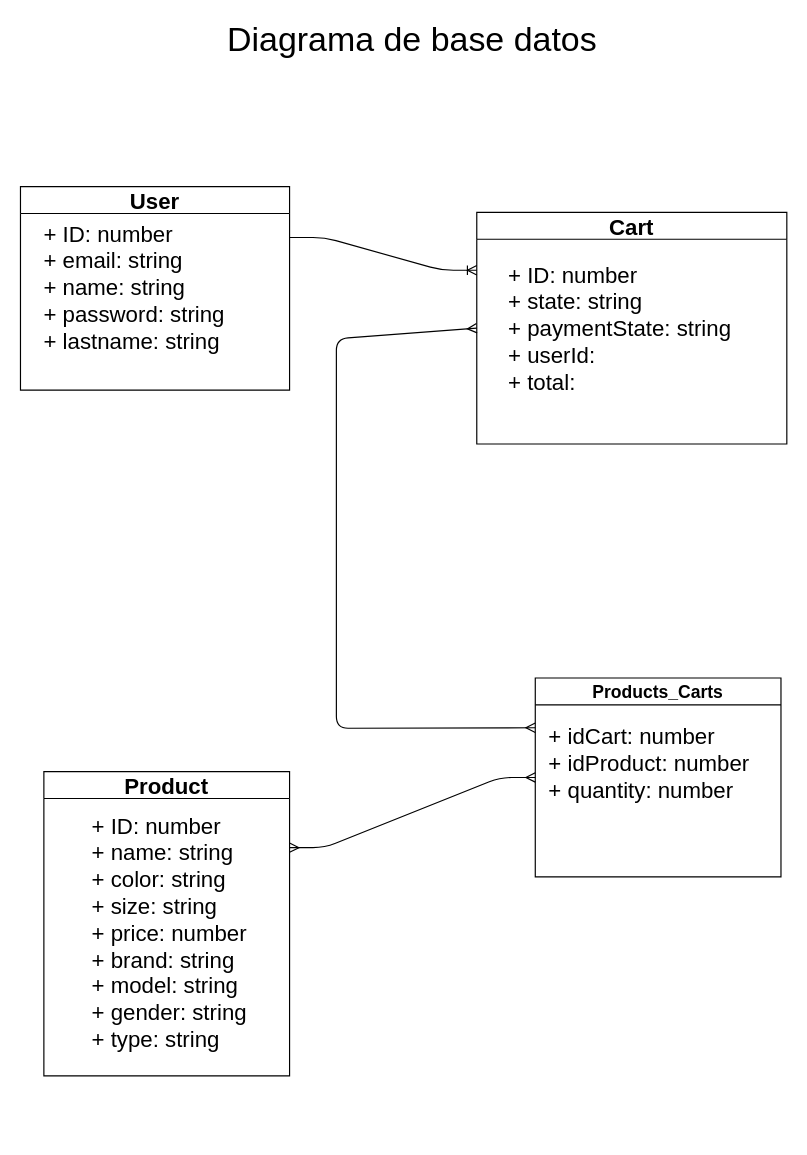
This is diagrams/db_diagram.drawio from IGUNUBLUE/tubeSoftChallenge, a draw.io file, before an edit. Source tidied: cells renumbered, new cells numbered last; positions are measured from the earlier drawing's top-left corner, leaving out a move shared by most shapes. Both pictures are drawn from the tidied source at 117%, with x=0, y=0 at pixel (20, 22).
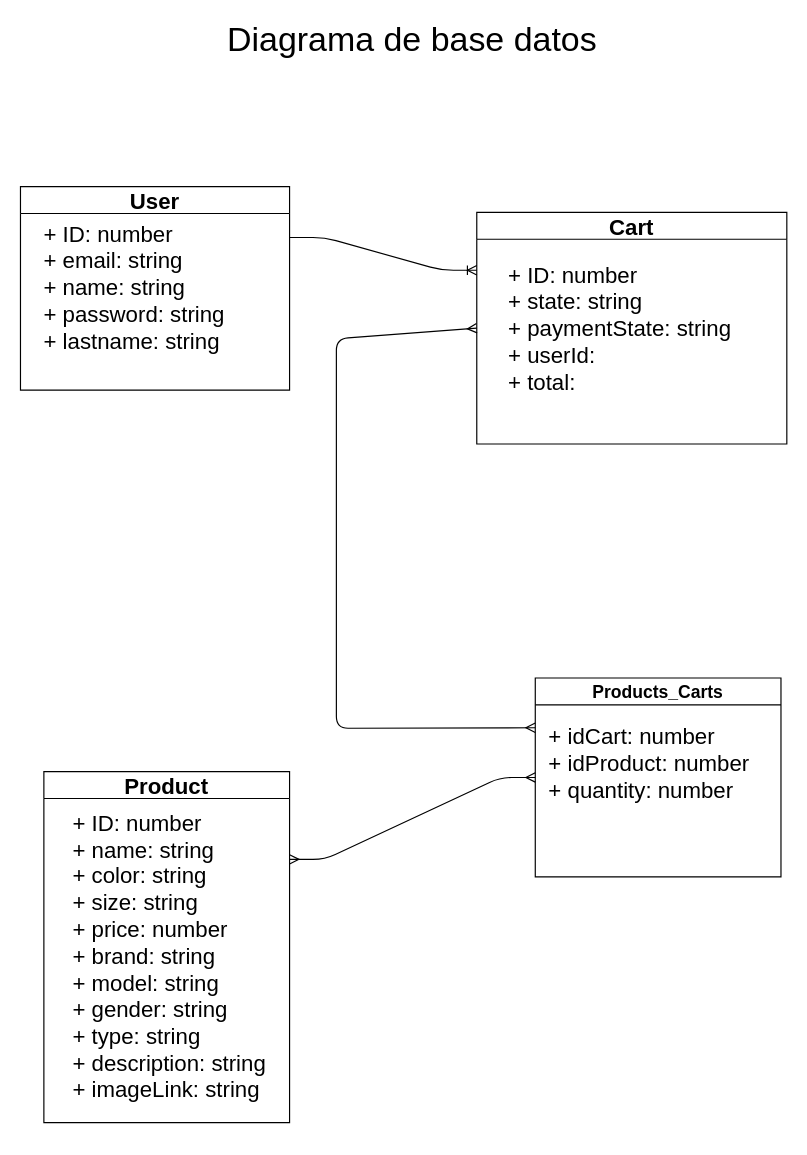
Above is the later version.

Commit message (it also covers changes not shown here):
update product diagrams

The edit, as a diff of the source:
```diff
@@
 <mxGraphModel>
   <root>
     <mxCell id="0" />
     <mxCell id="1" parent="0" />
     <mxCell id="2" value="User" style="swimlane;fontSize=19;" parent="1" vertex="1">
       <mxGeometry y="140" width="230" height="174" as="geometry" />
     </mxCell>
     <mxCell id="3" value="&lt;p style=&quot;text-align: left; margin: 0px 0px 0px 4px; font-size: 19px;&quot;&gt;+ ID: number&lt;br style=&quot;font-size: 19px;&quot;&gt;+ email: string&lt;/p&gt;&lt;p style=&quot;text-align: left; margin: 0px 0px 0px 4px; font-size: 19px;&quot;&gt;+ name: string&lt;br style=&quot;font-size: 19px;&quot;&gt;&lt;/p&gt;&lt;p style=&quot;text-align: left; margin: 0px 0px 0px 4px; font-size: 19px;&quot;&gt;+ password: string&lt;br style=&quot;font-size: 19px;&quot;&gt;&lt;/p&gt;&lt;p style=&quot;text-align: left; margin: 0px 0px 0px 4px; font-size: 19px;&quot;&gt;+ lastname: string&lt;/p&gt;" style="text;html=1;align=center;verticalAlign=middle;strokeColor=none;fillColor=none;fontSize=19;" parent="2" vertex="1">
       <mxGeometry x="10" y="27" width="170" height="120" as="geometry" />
     </mxCell>
     <mxCell id="4" style="edgeStyle=none;html=1;fontSize=19;endArrow=ERmany;endFill=0;exitX=0;exitY=0.5;exitDx=0;exitDy=0;entryX=0;entryY=0.25;entryDx=0;entryDy=0;startArrow=ERmany;startFill=0;" parent="1" edge="1" source="5" target="9">
       <mxGeometry relative="1" as="geometry">
         <Array as="points">
           <mxPoint x="270" y="270" />
           <mxPoint x="270" y="603" />
         </Array>
       </mxGeometry>
     </mxCell>
     <mxCell id="5" value="Cart" style="swimlane;fontSize=19;" parent="1" vertex="1">
       <mxGeometry x="390" y="162" width="265" height="198" as="geometry" />
     </mxCell>
     <mxCell id="6" value="&lt;p style=&quot;text-align: left; margin: 0px 0px 0px 4px; font-size: 19px;&quot;&gt;+ ID: number&lt;br style=&quot;font-size: 19px;&quot;&gt;+ state: string&lt;/p&gt;&lt;p style=&quot;text-align: left; margin: 0px 0px 0px 4px; font-size: 19px;&quot;&gt;+ paymentState: string&lt;br style=&quot;font-size: 19px;&quot;&gt;&lt;/p&gt;&lt;p style=&quot;text-align: left; margin: 0px 0px 0px 4px; font-size: 19px;&quot;&gt;+ userId:&lt;br style=&quot;font-size: 19px;&quot;&gt;&lt;/p&gt;&lt;p style=&quot;text-align: left; margin: 0px 0px 0px 4px; font-size: 19px;&quot;&gt;+ total:&lt;/p&gt;" style="text;html=1;align=center;verticalAlign=middle;strokeColor=none;fillColor=none;fontSize=19;" parent="5" vertex="1">
       <mxGeometry x="15" y="40" width="210" height="120" as="geometry" />
     </mxCell>
     <mxCell id="7" value="Product" style="swimlane;fontSize=19;" parent="1" vertex="1">
-      <mxGeometry x="20" y="640" width="210" height="260" as="geometry" />
+      <mxGeometry x="20" y="640" width="210" height="300" as="geometry" />
     </mxCell>
-    <mxCell id="8" value="&lt;p style=&quot;text-align: left; margin: 0px 0px 0px 4px; font-size: 19px;&quot;&gt;+ ID: number&lt;/p&gt;&lt;p style=&quot;text-align: left; margin: 0px 0px 0px 4px; font-size: 19px;&quot;&gt;+ name: string&lt;br style=&quot;font-size: 19px;&quot;&gt;+ color: string&lt;/p&gt;&lt;p style=&quot;text-align: left; margin: 0px 0px 0px 4px; font-size: 19px;&quot;&gt;+ size: string&lt;br style=&quot;font-size: 19px;&quot;&gt;&lt;/p&gt;&lt;p style=&quot;text-align: left; margin: 0px 0px 0px 4px; font-size: 19px;&quot;&gt;+ price: number&lt;/p&gt;&lt;p style=&quot;text-align: left; margin: 0px 0px 0px 4px; font-size: 19px;&quot;&gt;+ brand: string&lt;br style=&quot;font-size: 19px;&quot;&gt;&lt;/p&gt;&lt;p style=&quot;text-align: left; margin: 0px 0px 0px 4px; font-size: 19px;&quot;&gt;+ model: string&lt;br style=&quot;font-size: 19px;&quot;&gt;&lt;/p&gt;&lt;p style=&quot;text-align: left; margin: 0px 0px 0px 4px; font-size: 19px;&quot;&gt;+ gender: string&lt;/p&gt;&lt;p style=&quot;text-align: left; margin: 0px 0px 0px 4px; font-size: 19px;&quot;&gt;+ type: string&lt;/p&gt;&lt;div style=&quot;font-size: 19px;&quot;&gt;&lt;br style=&quot;font-size: 19px;&quot;&gt;&lt;/div&gt;" style="text;html=1;align=center;verticalAlign=middle;strokeColor=none;fillColor=none;fontSize=19;" parent="7" vertex="1">
-      <mxGeometry x="30" y="30" width="150" height="240" as="geometry" />
+    <mxCell id="8" value="&lt;p style=&quot;text-align: left ; margin: 0px 0px 0px 4px ; font-size: 19px&quot;&gt;+ ID: number&lt;/p&gt;&lt;p style=&quot;text-align: left ; margin: 0px 0px 0px 4px ; font-size: 19px&quot;&gt;+ name: string&lt;br style=&quot;font-size: 19px&quot;&gt;+ color: string&lt;/p&gt;&lt;p style=&quot;text-align: left ; margin: 0px 0px 0px 4px ; font-size: 19px&quot;&gt;+ size: string&lt;br style=&quot;font-size: 19px&quot;&gt;&lt;/p&gt;&lt;p style=&quot;text-align: left ; margin: 0px 0px 0px 4px ; font-size: 19px&quot;&gt;+ price: number&lt;/p&gt;&lt;p style=&quot;text-align: left ; margin: 0px 0px 0px 4px ; font-size: 19px&quot;&gt;+ brand: string&lt;br style=&quot;font-size: 19px&quot;&gt;&lt;/p&gt;&lt;p style=&quot;text-align: left ; margin: 0px 0px 0px 4px ; font-size: 19px&quot;&gt;+ model: string&lt;br style=&quot;font-size: 19px&quot;&gt;&lt;/p&gt;&lt;p style=&quot;text-align: left ; margin: 0px 0px 0px 4px ; font-size: 19px&quot;&gt;+ gender: string&lt;/p&gt;&lt;p style=&quot;text-align: left ; margin: 0px 0px 0px 4px ; font-size: 19px&quot;&gt;+ type: string&lt;/p&gt;&lt;p style=&quot;text-align: left ; margin: 0px 0px 0px 4px ; font-size: 19px&quot;&gt;+ description: string&lt;br&gt;&lt;/p&gt;&lt;p style=&quot;text-align: left ; margin: 0px 0px 0px 4px ; font-size: 19px&quot;&gt;+ imageLink: string&lt;br&gt;&lt;/p&gt;&lt;div style=&quot;font-size: 19px&quot;&gt;&lt;br style=&quot;font-size: 19px&quot;&gt;&lt;/div&gt;" style="text;html=1;align=center;verticalAlign=middle;strokeColor=none;fillColor=none;fontSize=19;" parent="7" vertex="1">
+      <mxGeometry x="15" y="30" width="180" height="280" as="geometry" />
     </mxCell>
     <mxCell id="9" value="Products_Carts" style="swimlane;fontSize=15;" parent="1" vertex="1">
       <mxGeometry x="440" y="560" width="210" height="170" as="geometry" />
     </mxCell>
     <mxCell id="10" value="&lt;p style=&quot;text-align: left ; margin: 0px 0px 0px 4px ; font-size: 19px&quot;&gt;&lt;font style=&quot;font-size: 19px&quot;&gt;+ idCart: number&lt;/font&gt;&lt;/p&gt;&lt;p style=&quot;text-align: left ; margin: 0px 0px 0px 4px ; font-size: 19px&quot;&gt;&lt;font style=&quot;font-size: 19px&quot;&gt;+ idProduct: number&lt;br&gt;&lt;/font&gt;&lt;/p&gt;&lt;p style=&quot;text-align: left ; margin: 0px 0px 0px 4px ; font-size: 19px&quot;&gt;&lt;font style=&quot;font-size: 19px&quot;&gt;+ quantity: number&lt;br&gt;&lt;/font&gt;&lt;/p&gt;&lt;div style=&quot;font-size: 19px&quot;&gt;&lt;br&gt;&lt;/div&gt;" style="text;html=1;align=center;verticalAlign=middle;strokeColor=none;fillColor=none;" parent="9" vertex="1">
       <mxGeometry y="55" width="190" height="60" as="geometry" />
     </mxCell>
     <mxCell id="11" style="edgeStyle=entityRelationEdgeStyle;fontSize=19;html=1;endArrow=ERmany;startArrow=ERmany;entryX=0;entryY=0.5;entryDx=0;entryDy=0;exitX=1;exitY=0.25;exitDx=0;exitDy=0;" parent="1" edge="1" source="7" target="9">
       <mxGeometry relative="1" as="geometry" />
     </mxCell>
     <mxCell id="12" style="edgeStyle=entityRelationEdgeStyle;fontSize=19;html=1;endArrow=ERoneToMany;exitX=1;exitY=0.25;exitDx=0;exitDy=0;entryX=0;entryY=0.25;entryDx=0;entryDy=0;" parent="1" edge="1" source="2" target="5">
       <mxGeometry relative="1" as="geometry" />
     </mxCell>
     <mxCell id="13" value="&lt;font style=&quot;font-size: 29px&quot;&gt;Diagrama de base datos&lt;/font&gt;" style="text;html=1;strokeColor=none;fillColor=none;align=center;verticalAlign=middle;whiteSpace=wrap;rounded=0;" parent="1" vertex="1">
       <mxGeometry x="165" width="340" height="30" as="geometry" />
     </mxCell>
   </root>
 </mxGraphModel>
```
